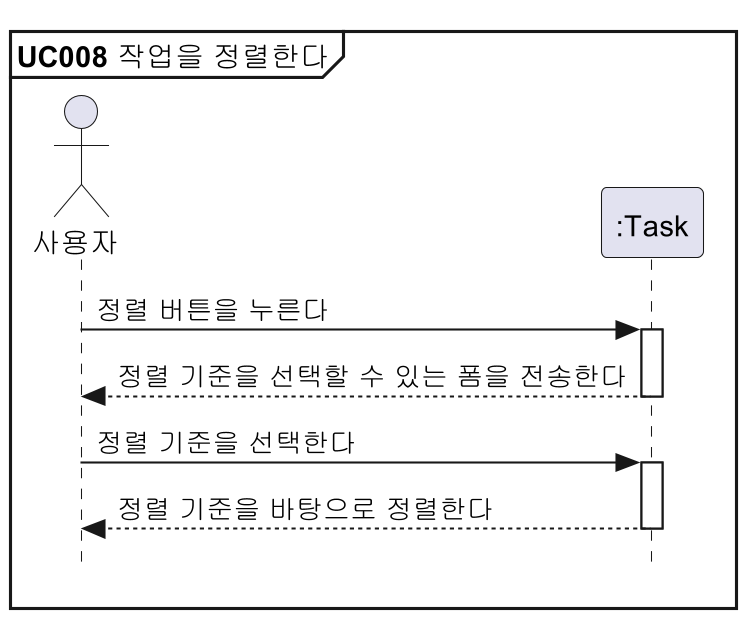
Before: docs/설계명세서/images/seq_diag/uc008.png, a diagram exported from PlantUML (parkchamchi/SoftwareEngineering2023). Source of this version:
```plantuml
@startuml
!includesub style.puml!STYLE

mainframe **UC008** 작업을 정렬한다

actor 사용자
participant ":Task" as Task

사용자 -> Task : 정렬 버튼을 누른다
Task --> 사용자 : 정렬 기준을 선택할 수 있는 폼을 전송한다
사용자 -> Task : 정렬 기준을 선택한다
Task --> 사용자 : 정렬 기준을 바탕으로 정렬한다

@enduml
```
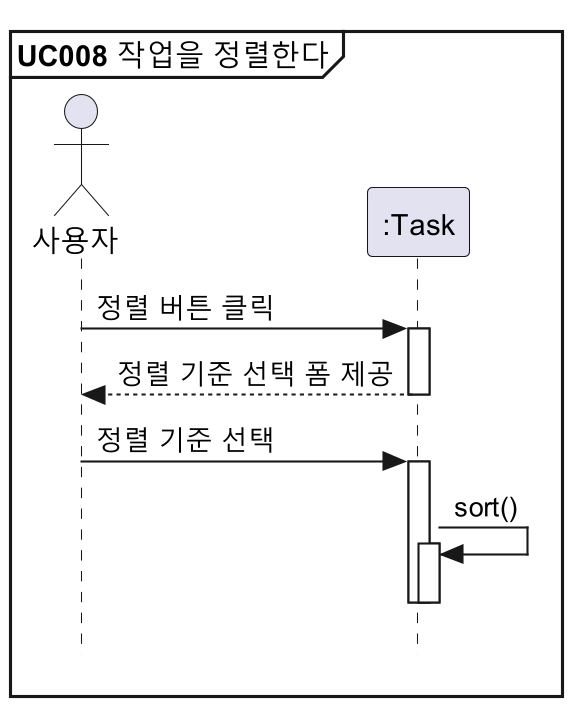
The same diagram one commit later.

Diff of the diagram source:
```diff
@@ -6,9 +6,11 @@
 actor 사용자
 participant ":Task" as Task
 
-사용자 -> Task : 정렬 버튼을 누른다
-Task --> 사용자 : 정렬 기준을 선택할 수 있는 폼을 전송한다
-사용자 -> Task : 정렬 기준을 선택한다
-Task --> 사용자 : 정렬 기준을 바탕으로 정렬한다
+사용자 -> Task : 정렬 버튼 클릭
+Task --> 사용자 : 정렬 기준 선택 폼 제공
+사용자 -> Task : 정렬 기준 선택
+Task -> Task : sort()
+deactivate Task
+deactivate Task
 
 @enduml
```
